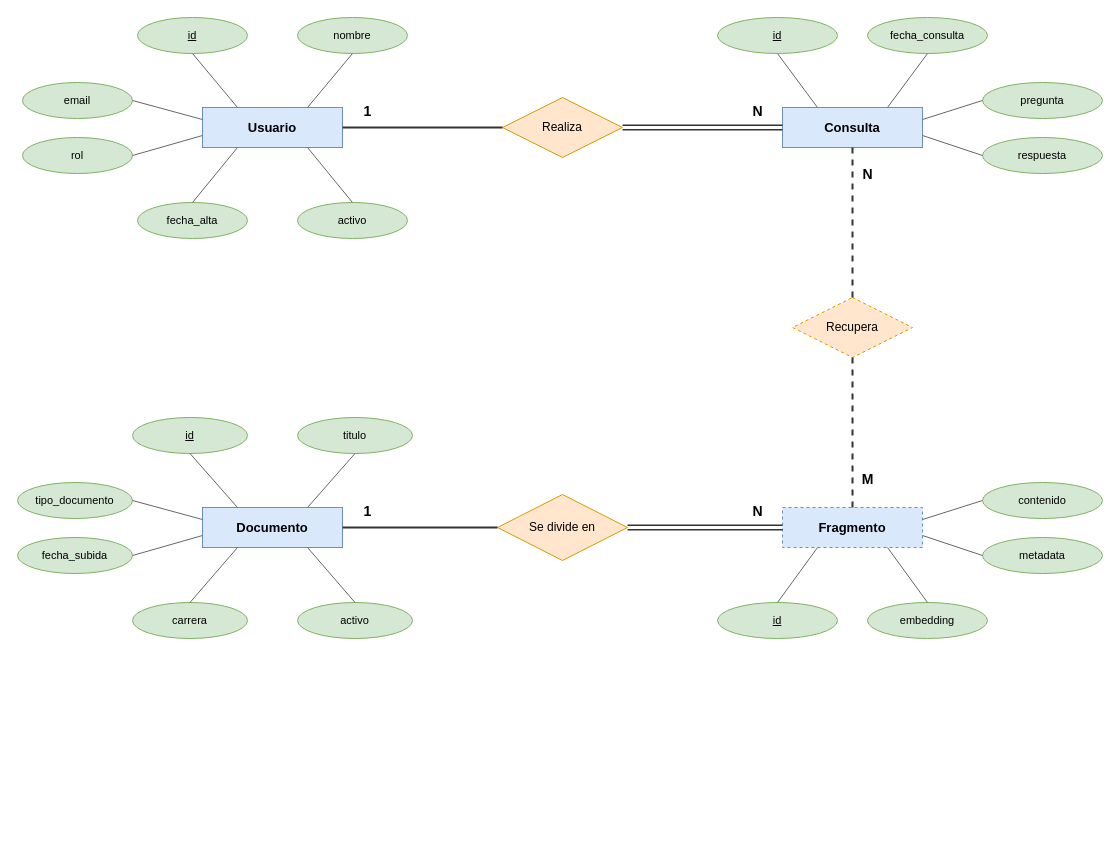
Before: db/bot/er.drawio in marcosdima/final-as, a draw.io diagram. Source tidied: cells renumbered, new cells numbered last; positions are measured from the earlier drawing's top-left corner, leaving out a move shared by most shapes. Both pictures are drawn from the tidied source at 100%, with x=0, y=0 at pixel (17, 17).
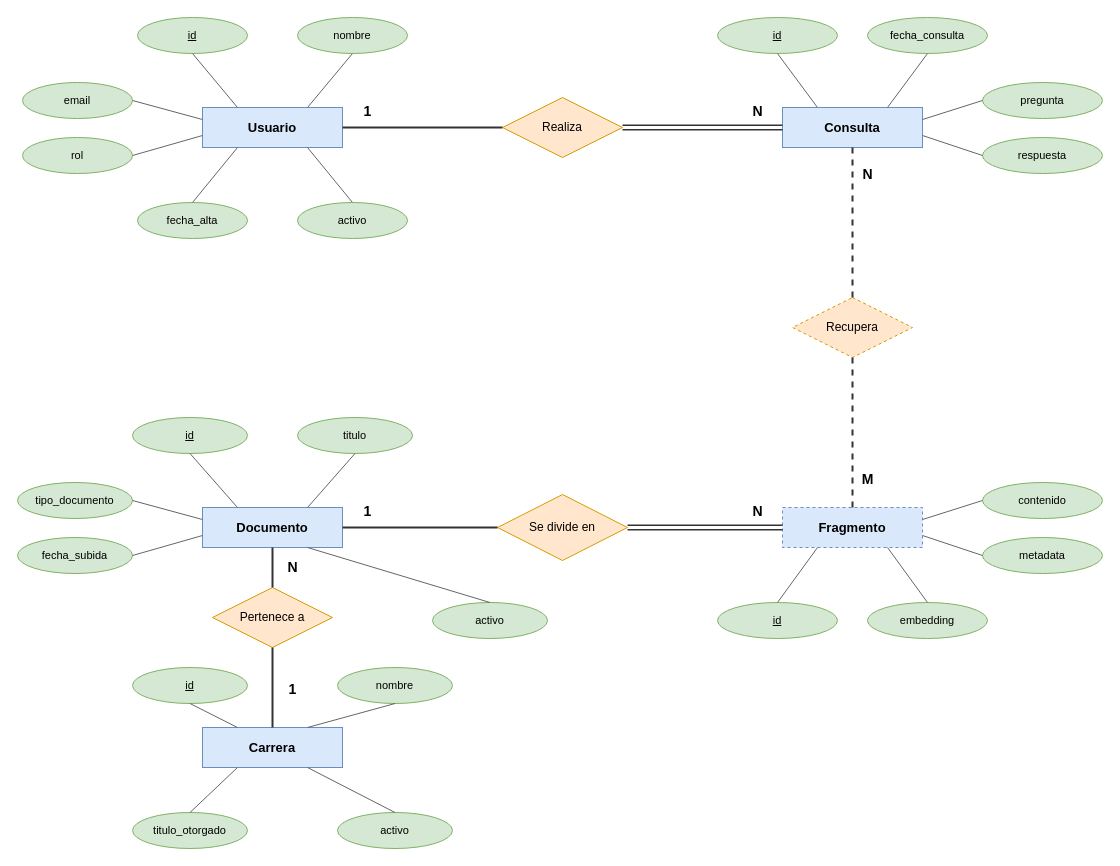
After the change.

Unchanged cells that the change refers to:
```xml
<mxCell id="4" value="Documento" style="rounded=0;whiteSpace=wrap;html=1;fillColor=#dae8fc;strokeColor=#6c8ebf;fontSize=13;fontStyle=1;" parent="1" vertex="1">
  <mxGeometry x="185" y="490" width="140" height="40" as="geometry" />
</mxCell>
```

Change to the diagram source:
```diff
@@
-    <mxCell id="23" value="carrera" style="ellipse;whiteSpace=wrap;html=1;fillColor=#d5e8d4;strokeColor=#82b366;fontSize=11;" parent="1" vertex="1">
-      <mxGeometry x="115" y="585" width="115" height="36" as="geometry" />
-    </mxCell>
     <mxCell id="24" value="activo" style="ellipse;whiteSpace=wrap;html=1;fillColor=#d5e8d4;strokeColor=#82b366;fontSize=11;" parent="1" vertex="1">
-      <mxGeometry x="280" y="585" width="115" height="36" as="geometry" />
+      <mxGeometry x="415" y="585" width="115" height="36" as="geometry" />
     </mxCell>
@@
-    <mxCell id="43" style="edgeStyle=none;html=1;endArrow=none;strokeColor=#666666;exitX=0.5;exitY=0;exitDx=0;exitDy=0;entryX=0.25;entryY=1;entryDx=0;entryDy=0;" parent="1" edge="1" source="23" target="4">
-      <mxGeometry relative="1" as="geometry" />
-    </mxCell>
@@
+    <mxCell id="61" value="Carrera" style="rounded=0;whiteSpace=wrap;html=1;fillColor=#dae8fc;strokeColor=#6c8ebf;fontSize=13;fontStyle=1;" parent="1" vertex="1">
+      <mxGeometry x="185" y="710" width="140" height="40" as="geometry" />
+    </mxCell>
+    <mxCell id="62" value="Pertenece a" style="rhombus;whiteSpace=wrap;html=1;fillColor=#ffe6cc;strokeColor=#d79b00;fontSize=12;" parent="1" vertex="1">
+      <mxGeometry x="195" y="570" width="120" height="60" as="geometry" />
+    </mxCell>
+    <mxCell id="63" value="&lt;u&gt;id&lt;/u&gt;" style="ellipse;whiteSpace=wrap;html=1;fillColor=#d5e8d4;strokeColor=#82b366;fontSize=11;" parent="1" vertex="1">
+      <mxGeometry x="115" y="650" width="115" height="36" as="geometry" />
+    </mxCell>
+    <mxCell id="64" value="nombre" style="ellipse;whiteSpace=wrap;html=1;fillColor=#d5e8d4;strokeColor=#82b366;fontSize=11;" parent="1" vertex="1">
+      <mxGeometry x="320" y="650" width="115" height="36" as="geometry" />
+    </mxCell>
+    <mxCell id="65" value="titulo_otorgado" style="ellipse;whiteSpace=wrap;html=1;fillColor=#d5e8d4;strokeColor=#82b366;fontSize=11;" parent="1" vertex="1">
+      <mxGeometry x="115" y="795" width="115" height="36" as="geometry" />
+    </mxCell>
+    <mxCell id="66" value="activo" style="ellipse;whiteSpace=wrap;html=1;fillColor=#d5e8d4;strokeColor=#82b366;fontSize=11;" parent="1" vertex="1">
+      <mxGeometry x="320" y="795" width="115" height="36" as="geometry" />
+    </mxCell>
+    <mxCell id="67" style="edgeStyle=none;html=1;endArrow=none;strokeColor=#666666;exitX=0.5;exitY=1;exitDx=0;exitDy=0;entryX=0.25;entryY=0;entryDx=0;entryDy=0;" parent="1" edge="1" source="63" target="61">
+      <mxGeometry relative="1" as="geometry" />
+    </mxCell>
+    <mxCell id="68" style="edgeStyle=none;html=1;endArrow=none;strokeColor=#666666;exitX=0.5;exitY=1;exitDx=0;exitDy=0;entryX=0.75;entryY=0;entryDx=0;entryDy=0;" parent="1" edge="1" source="64" target="61">
+      <mxGeometry relative="1" as="geometry" />
+    </mxCell>
+    <mxCell id="69" style="edgeStyle=none;html=1;endArrow=none;strokeColor=#666666;exitX=0.5;exitY=0;exitDx=0;exitDy=0;entryX=0.25;entryY=1;entryDx=0;entryDy=0;" parent="1" edge="1" source="65" target="61">
+      <mxGeometry relative="1" as="geometry" />
+    </mxCell>
+    <mxCell id="70" style="edgeStyle=none;html=1;endArrow=none;strokeColor=#666666;exitX=0.5;exitY=0;exitDx=0;exitDy=0;entryX=0.75;entryY=1;entryDx=0;entryDy=0;" parent="1" edge="1" source="66" target="61">
+      <mxGeometry relative="1" as="geometry" />
+    </mxCell>
+    <mxCell id="71" style="edgeStyle=none;html=1;endArrow=none;strokeWidth=2;strokeColor=#333333;exitX=0.5;exitY=1;exitDx=0;exitDy=0;entryX=0.5;entryY=0;entryDx=0;entryDy=0;" parent="1" edge="1" source="4" target="62">
+      <mxGeometry relative="1" as="geometry" />
+    </mxCell>
+    <mxCell id="72" style="edgeStyle=none;html=1;endArrow=none;strokeWidth=2;strokeColor=#333333;exitX=0.5;exitY=1;exitDx=0;exitDy=0;entryX=0.5;entryY=0;entryDx=0;entryDy=0;" parent="1" edge="1" source="62" target="61">
+      <mxGeometry relative="1" as="geometry" />
+    </mxCell>
+    <mxCell id="73" value="N" style="text;html=1;align=center;verticalAlign=middle;fontSize=14;fontStyle=1;" parent="1" vertex="1">
+      <mxGeometry x="265" y="538" width="20" height="24" as="geometry" />
+    </mxCell>
+    <mxCell id="74" value="1" style="text;html=1;align=center;verticalAlign=middle;fontSize=14;fontStyle=1;" parent="1" vertex="1">
+      <mxGeometry x="265" y="660" width="20" height="24" as="geometry" />
+    </mxCell>
```
